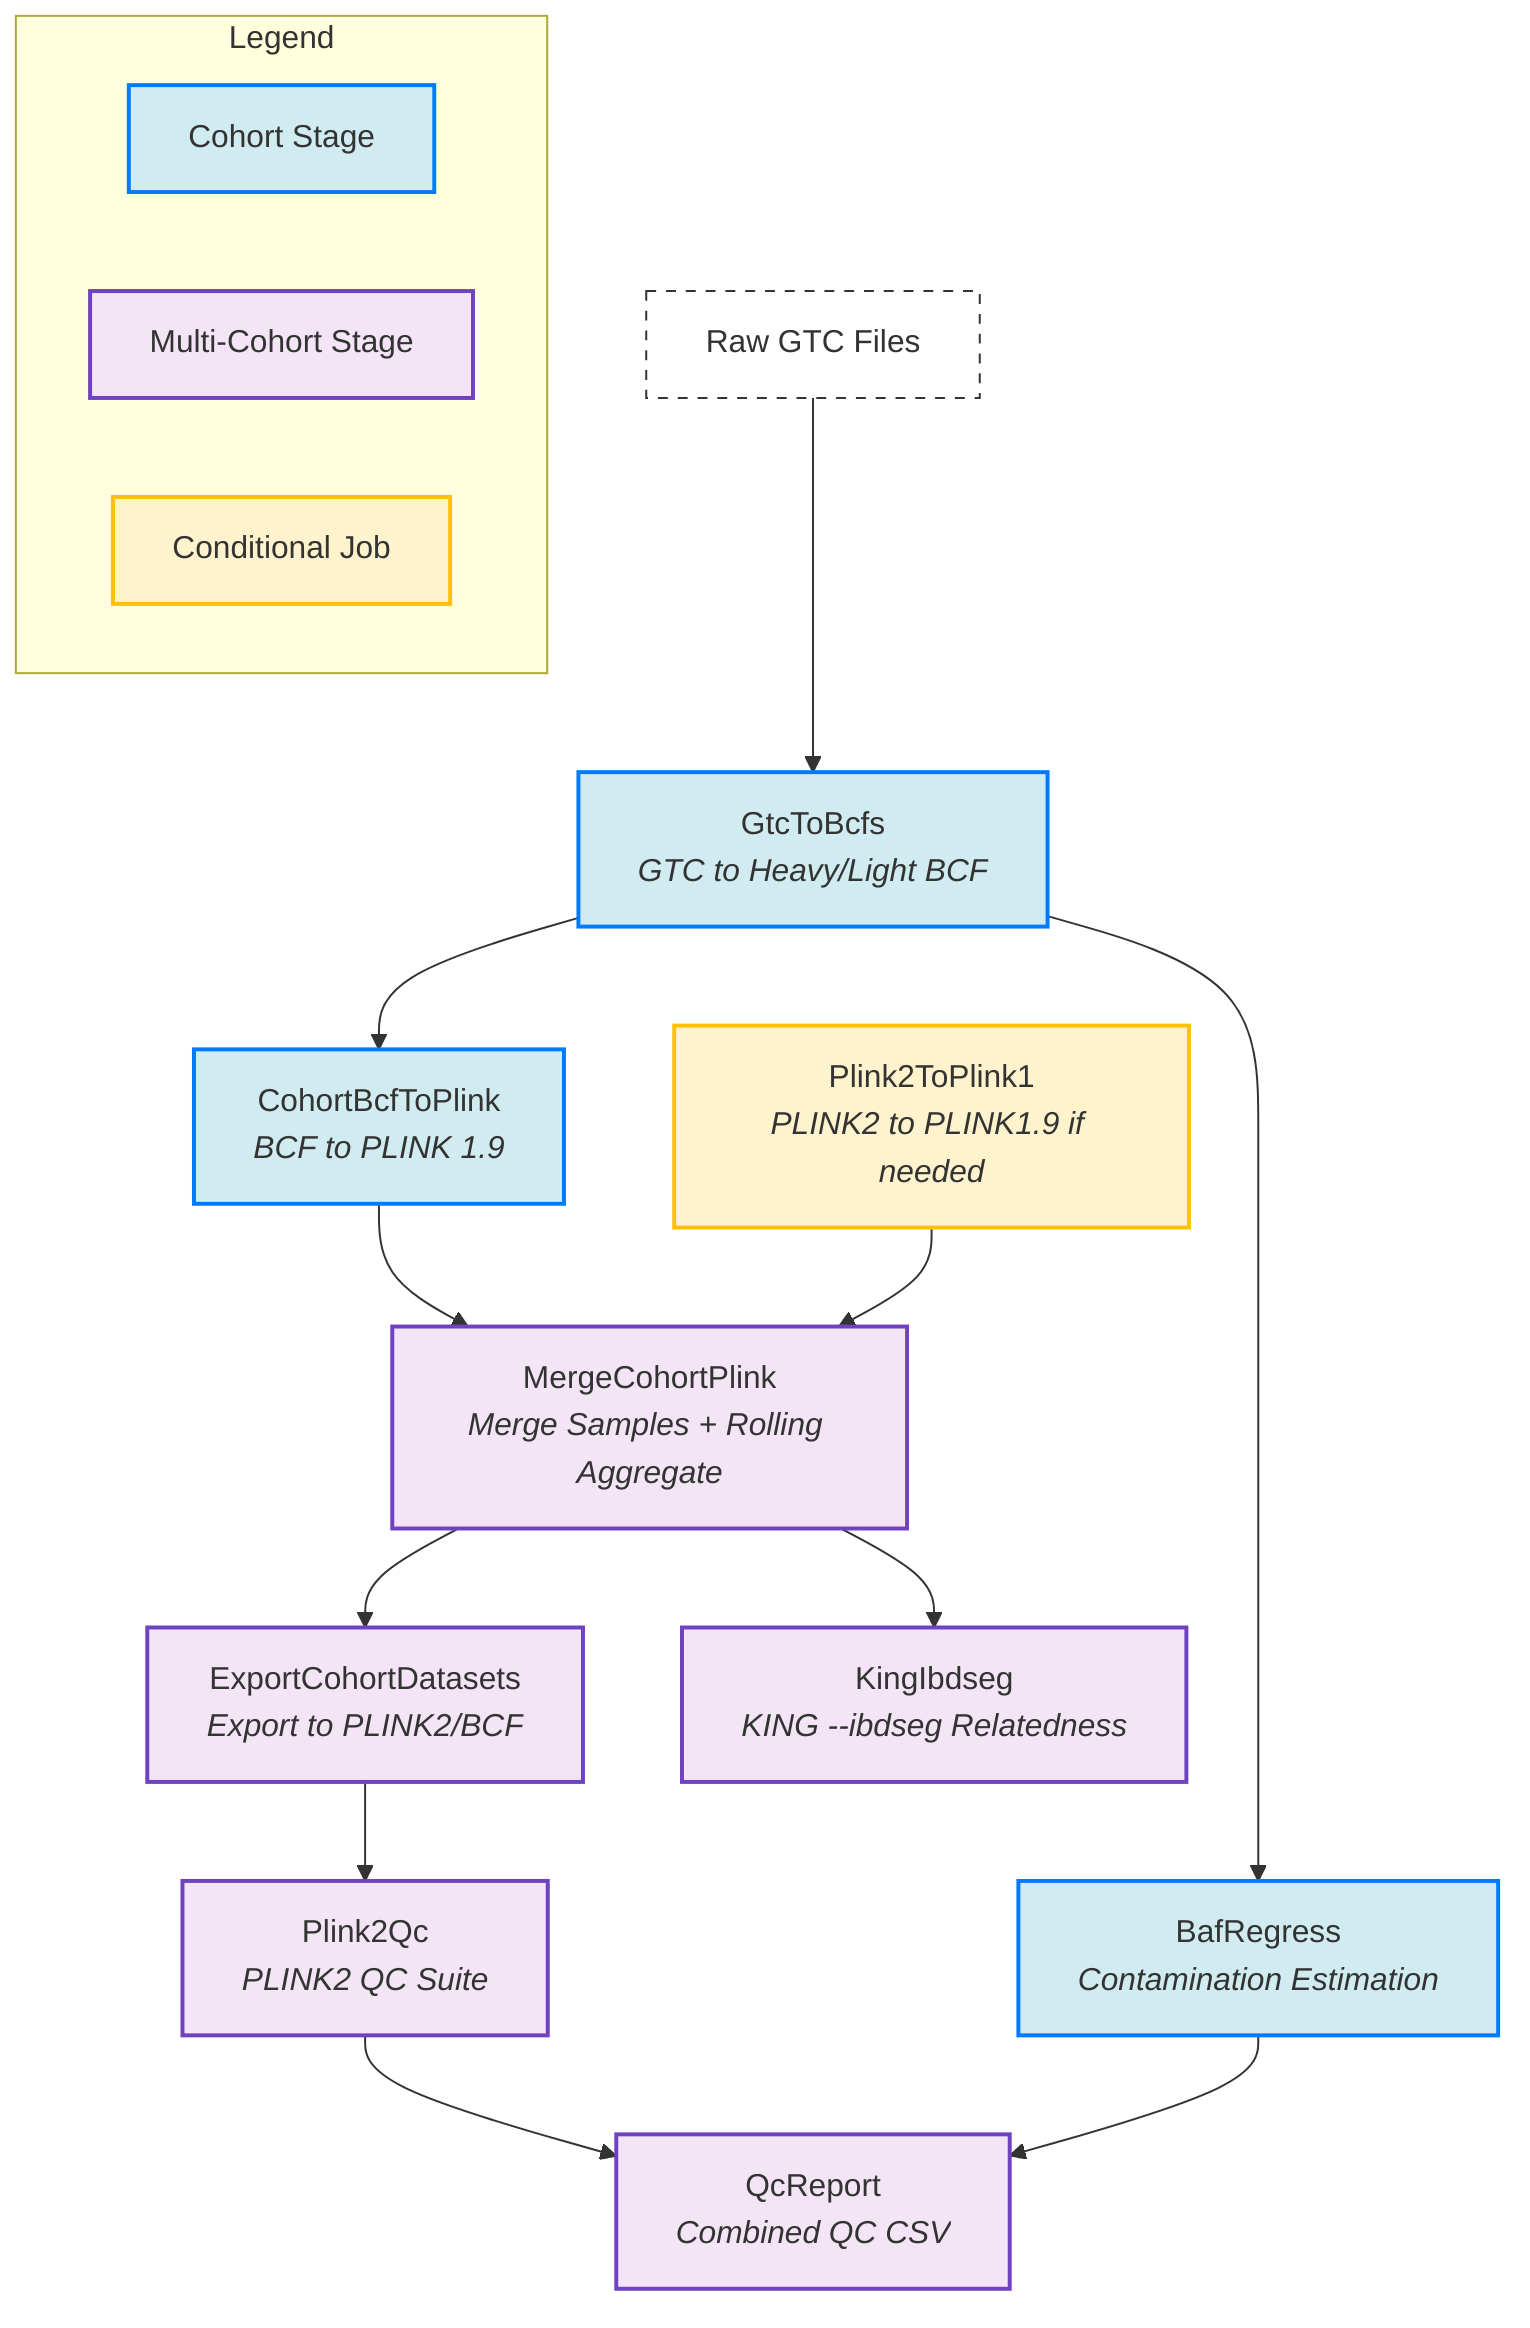
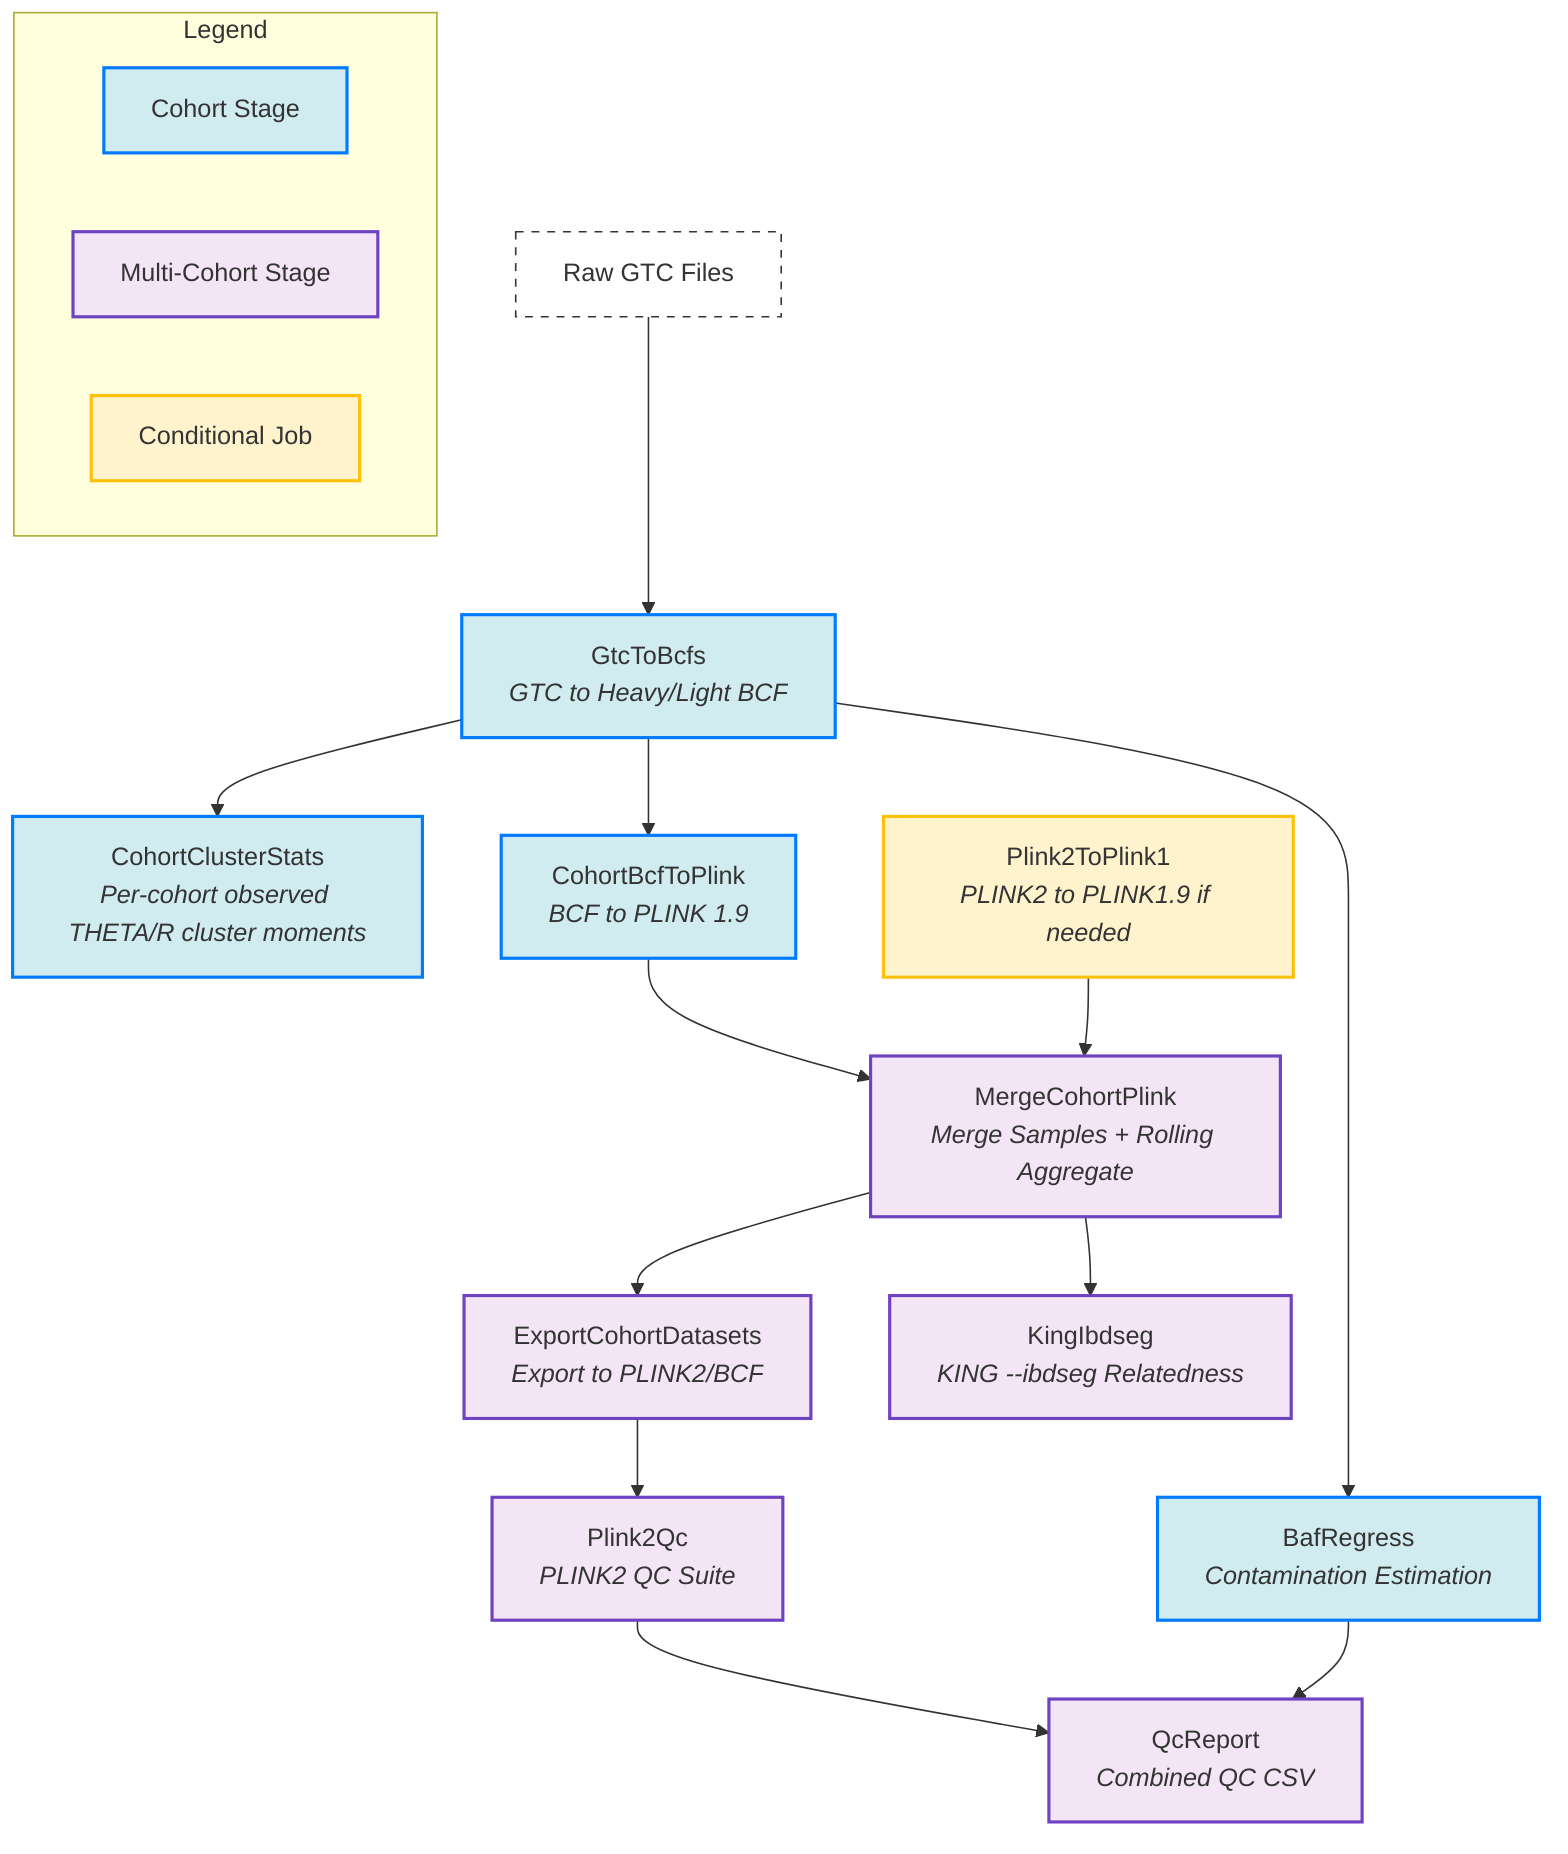
graph TD
    subgraph Legend
        direction LR
        L1[Cohort Stage]:::cohort
        L2[Multi-Cohort Stage]:::multicohort
        L3[Conditional Job]:::conditional
    end

    %% DAG Structure
    GTC[Raw GTC Files]:::data --> GtoB[GtcToBcfs<br/><i>GTC to Heavy/Light BCF</i>]:::cohort
    GtoB --> BAF[BafRegress<br/><i>Contamination Estimation</i>]:::cohort
+     GtoB --> CCS[CohortClusterStats<br/><i>Per-cohort observed THETA/R cluster moments</i>]:::cohort
    GtoB --> BtoP[CohortBcfToPlink<br/><i>BCF to PLINK 1.9</i>]:::cohort
    BtoP --> MCP[MergeCohortPlink<br/><i>Merge Samples + Rolling Aggregate</i>]:::multicohort
    P2P1[Plink2ToPlink1<br/><i>PLINK2 to PLINK1.9 if needed</i>]:::conditional --> MCP
    MCP --> ECD[ExportCohortDatasets<br/><i>Export to PLINK2/BCF</i>]:::multicohort
    MCP --> KING[KingIbdseg<br/><i>KING --ibdseg Relatedness</i>]:::multicohort
    ECD --> QC[Plink2Qc<br/><i>PLINK2 QC Suite</i>]:::multicohort
    QC --> QR[QcReport<br/><i>Combined QC CSV</i>]:::multicohort
    BAF --> QR

    %% Component styling
    classDef cohort fill:#d1ecf1,stroke:#007bff,stroke-width:2px;
    classDef multicohort fill:#f3e5f5,stroke:#6f42c1,stroke-width:2px;
    classDef conditional fill:#fff3cd,stroke:#ffc107,stroke-width:2px;
    classDef data fill:#fff,stroke:#333,stroke-dasharray: 5 5;

    %% Explicit classes
-     class GtoB,BAF,BtoP cohort;
+     class GtoB,BAF,CCS,BtoP cohort;
    class MCP,ECD,QC,KING,QR multicohort;
    class P2P1 conditional;
